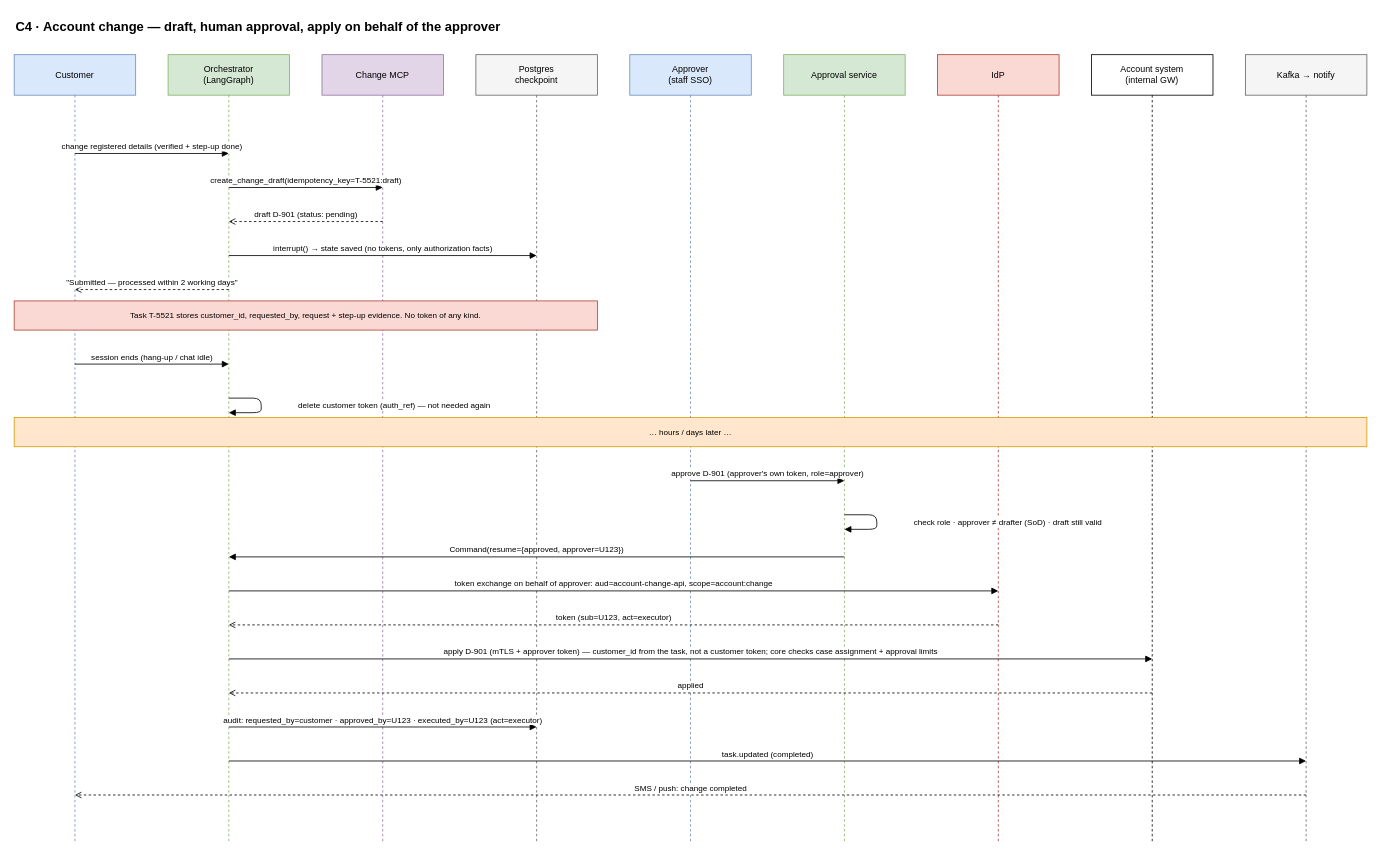
This is docs/diagrams/C4-approval-account-change.drawio from airplanecraft/customer-support-agent, a draw.io file, before an edit. Source tidied: cells renumbered, new cells numbered last; positions are measured from the earlier drawing's top-left corner, leaving out a move shared by most shapes. Both pictures are drawn from the tidied source at 81%, with x=0, y=0 at pixel (14, 14).
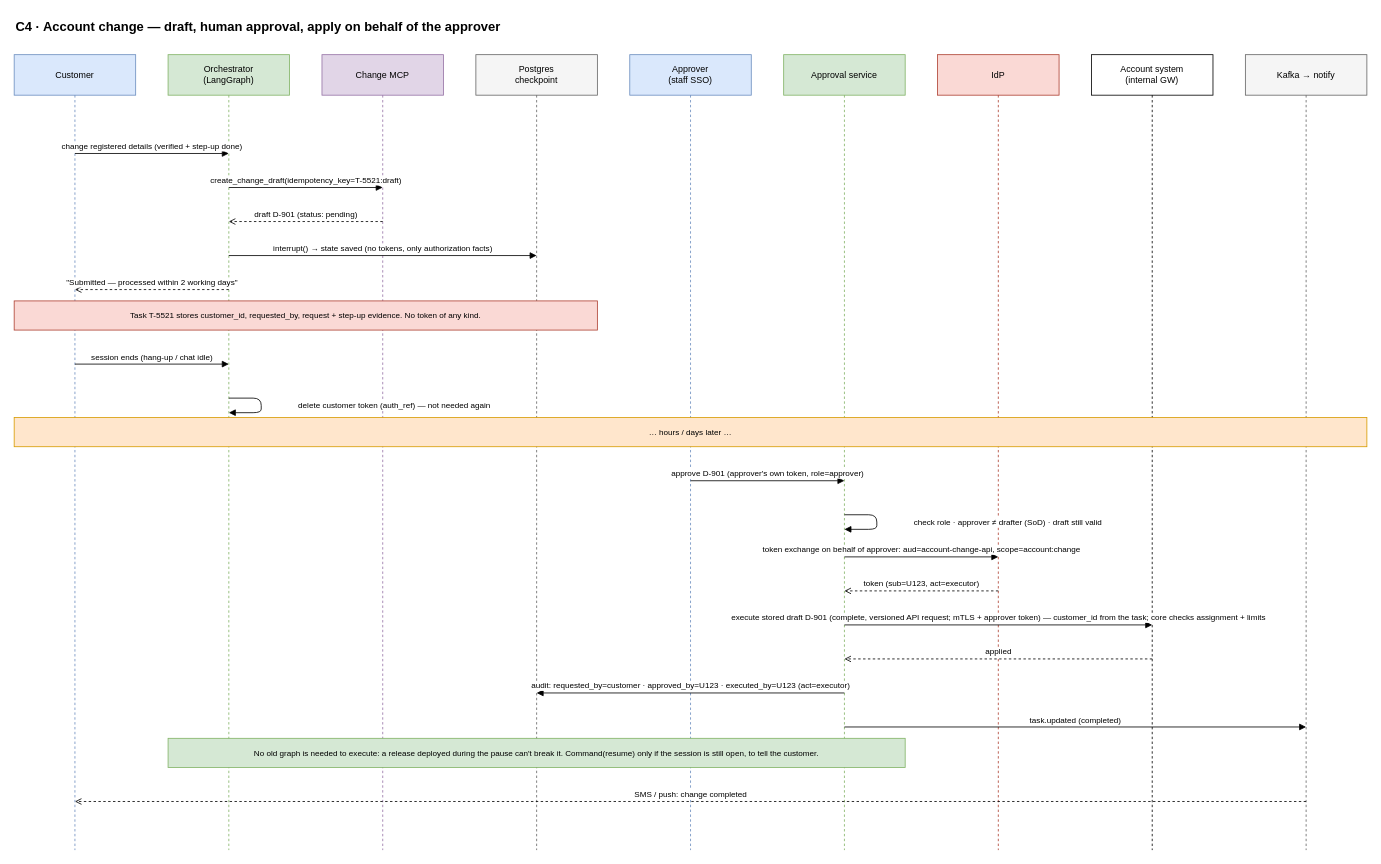
Above is the later version.

Change to the diagram source:
```diff
@@
     <mxCell id="2" value="Kafka → notify" style="shape=umlLifeline;perimeter=lifelinePerimeter;whiteSpace=wrap;html=1;size=50;fillColor=#f5f5f5;strokeColor=#666666;fontSize=11;" parent="1" vertex="1">
-      <mxGeometry x="1520" y="50" width="150" height="974" as="geometry" />
+      <mxGeometry x="1520" y="50" width="150" height="982" as="geometry" />
     </mxCell>
     <mxCell id="3" value="Account system&lt;br&gt;(internal GW)" style="shape=umlLifeline;perimeter=lifelinePerimeter;whiteSpace=wrap;html=1;size=50;fillColor=#ffffff;strokeColor=#000000;fontSize=11;" parent="1" vertex="1">
-      <mxGeometry x="1330" y="50" width="150" height="974" as="geometry" />
+      <mxGeometry x="1330" y="50" width="150" height="982" as="geometry" />
     </mxCell>
     <mxCell id="4" value="IdP" style="shape=umlLifeline;perimeter=lifelinePerimeter;whiteSpace=wrap;html=1;size=50;fillColor=#fad9d5;strokeColor=#ae4132;fontSize=11;" parent="1" vertex="1">
-      <mxGeometry x="1140" y="50" width="150" height="974" as="geometry" />
+      <mxGeometry x="1140" y="50" width="150" height="982" as="geometry" />
     </mxCell>
     <mxCell id="5" value="Approval service" style="shape=umlLifeline;perimeter=lifelinePerimeter;whiteSpace=wrap;html=1;size=50;fillColor=#d5e8d4;strokeColor=#82b366;fontSize=11;" parent="1" vertex="1">
-      <mxGeometry x="950" y="50" width="150" height="974" as="geometry" />
+      <mxGeometry x="950" y="50" width="150" height="982" as="geometry" />
     </mxCell>
     <mxCell id="6" value="Approver&lt;br&gt;(staff SSO)" style="shape=umlLifeline;perimeter=lifelinePerimeter;whiteSpace=wrap;html=1;size=50;fillColor=#dae8fc;strokeColor=#6c8ebf;fontSize=11;" parent="1" vertex="1">
-      <mxGeometry x="760" y="50" width="150" height="974" as="geometry" />
+      <mxGeometry x="760" y="50" width="150" height="982" as="geometry" />
     </mxCell>
     <mxCell id="7" value="Postgres&lt;br&gt;checkpoint" style="shape=umlLifeline;perimeter=lifelinePerimeter;whiteSpace=wrap;html=1;size=50;fillColor=#f5f5f5;strokeColor=#666666;fontSize=11;" parent="1" vertex="1">
-      <mxGeometry x="570" y="50" width="150" height="974" as="geometry" />
+      <mxGeometry x="570" y="50" width="150" height="982" as="geometry" />
     </mxCell>
     <mxCell id="8" value="Change MCP" style="shape=umlLifeline;perimeter=lifelinePerimeter;whiteSpace=wrap;html=1;size=50;fillColor=#e1d5e7;strokeColor=#9673a6;fontSize=11;" parent="1" vertex="1">
-      <mxGeometry x="380" y="50" width="150" height="974" as="geometry" />
+      <mxGeometry x="380" y="50" width="150" height="982" as="geometry" />
     </mxCell>
     <mxCell id="9" value="Orchestrator&lt;br&gt;(LangGraph)" style="shape=umlLifeline;perimeter=lifelinePerimeter;whiteSpace=wrap;html=1;size=50;fillColor=#d5e8d4;strokeColor=#82b366;fontSize=11;" parent="1" vertex="1">
-      <mxGeometry x="190" y="50" width="150" height="974" as="geometry" />
+      <mxGeometry x="190" y="50" width="150" height="982" as="geometry" />
     </mxCell>
     <mxCell id="10" value="Customer" style="shape=umlLifeline;perimeter=lifelinePerimeter;whiteSpace=wrap;html=1;size=50;fillColor=#dae8fc;strokeColor=#6c8ebf;fontSize=11;" parent="1" vertex="1">
-      <mxGeometry y="50" width="150" height="974" as="geometry" />
+      <mxGeometry y="50" width="150" height="982" as="geometry" />
     </mxCell>
@@
-    <mxCell id="23" value="Command(resume={approved, approver=U123})" style="html=1;verticalAlign=bottom;fontSize=10;labelBackgroundColor=#ffffff;endArrow=block;" parent="1" edge="1">
+    <mxCell id="23" value="token exchange on behalf of approver: aud=account-change-api, scope=account:change" style="html=1;verticalAlign=bottom;fontSize=10;labelBackgroundColor=#ffffff;endArrow=block;" parent="1" edge="1">
       <mxGeometry relative="1" as="geometry">
         <mxPoint x="1025" y="670" as="sourcePoint" />
-        <mxPoint x="265" y="670" as="targetPoint" />
+        <mxPoint x="1215" y="670" as="targetPoint" />
       </mxGeometry>
     </mxCell>
-    <mxCell id="24" value="token exchange on behalf of approver: aud=account-change-api, scope=account:change" style="html=1;verticalAlign=bottom;fontSize=10;labelBackgroundColor=#ffffff;endArrow=block;" parent="1" edge="1">
+    <mxCell id="24" value="token (sub=U123, act=executor)" style="html=1;verticalAlign=bottom;fontSize=10;labelBackgroundColor=#ffffff;endArrow=open;dashed=1;" parent="1" edge="1">
       <mxGeometry relative="1" as="geometry">
-        <mxPoint x="265" y="712" as="sourcePoint" />
-        <mxPoint x="1215" y="712" as="targetPoint" />
+        <mxPoint x="1215" y="712" as="sourcePoint" />
+        <mxPoint x="1025" y="712" as="targetPoint" />
       </mxGeometry>
     </mxCell>
-    <mxCell id="25" value="token (sub=U123, act=executor)" style="html=1;verticalAlign=bottom;fontSize=10;labelBackgroundColor=#ffffff;endArrow=open;dashed=1;" parent="1" edge="1">
+    <mxCell id="25" value="execute stored draft D-901 (complete, versioned API request; mTLS + approver token) — customer_id from the task; core checks assignment + limits" style="html=1;verticalAlign=bottom;fontSize=10;labelBackgroundColor=#ffffff;endArrow=block;" parent="1" edge="1">
       <mxGeometry relative="1" as="geometry">
-        <mxPoint x="1215" y="754" as="sourcePoint" />
-        <mxPoint x="265" y="754" as="targetPoint" />
+        <mxPoint x="1025" y="754" as="sourcePoint" />
+        <mxPoint x="1405" y="754" as="targetPoint" />
       </mxGeometry>
     </mxCell>
-    <mxCell id="26" value="apply D-901 (mTLS + approver token) — customer_id from the task, not a customer token; core checks case assignment + approval limits" style="html=1;verticalAlign=bottom;fontSize=10;labelBackgroundColor=#ffffff;endArrow=block;" parent="1" edge="1">
+    <mxCell id="26" value="applied" style="html=1;verticalAlign=bottom;fontSize=10;labelBackgroundColor=#ffffff;endArrow=open;dashed=1;" parent="1" edge="1">
       <mxGeometry relative="1" as="geometry">
-        <mxPoint x="265" y="796" as="sourcePoint" />
-        <mxPoint x="1405" y="796" as="targetPoint" />
+        <mxPoint x="1405" y="796" as="sourcePoint" />
+        <mxPoint x="1025" y="796" as="targetPoint" />
       </mxGeometry>
     </mxCell>
-    <mxCell id="27" value="applied" style="html=1;verticalAlign=bottom;fontSize=10;labelBackgroundColor=#ffffff;endArrow=open;dashed=1;" parent="1" edge="1">
+    <mxCell id="27" value="audit: requested_by=customer · approved_by=U123 · executed_by=U123 (act=executor)" style="html=1;verticalAlign=bottom;fontSize=10;labelBackgroundColor=#ffffff;endArrow=block;" parent="1" edge="1">
       <mxGeometry relative="1" as="geometry">
-        <mxPoint x="1405" y="838" as="sourcePoint" />
-        <mxPoint x="265" y="838" as="targetPoint" />
+        <mxPoint x="1025" y="838" as="sourcePoint" />
+        <mxPoint x="645" y="838" as="targetPoint" />
       </mxGeometry>
     </mxCell>
-    <mxCell id="28" value="audit: requested_by=customer · approved_by=U123 · executed_by=U123 (act=executor)" style="html=1;verticalAlign=bottom;fontSize=10;labelBackgroundColor=#ffffff;endArrow=block;" parent="1" edge="1">
+    <mxCell id="28" value="task.updated (completed)" style="html=1;verticalAlign=bottom;fontSize=10;labelBackgroundColor=#ffffff;endArrow=block;" parent="1" edge="1">
       <mxGeometry relative="1" as="geometry">
-        <mxPoint x="265" y="880" as="sourcePoint" />
-        <mxPoint x="645" y="880" as="targetPoint" />
+        <mxPoint x="1025" y="880" as="sourcePoint" />
+        <mxPoint x="1595" y="880" as="targetPoint" />
       </mxGeometry>
     </mxCell>
-    <mxCell id="29" value="task.updated (completed)" style="html=1;verticalAlign=bottom;fontSize=10;labelBackgroundColor=#ffffff;endArrow=block;" parent="1" edge="1">
-      <mxGeometry relative="1" as="geometry">
-        <mxPoint x="265" y="922" as="sourcePoint" />
-        <mxPoint x="1595" y="922" as="targetPoint" />
-      </mxGeometry>
+    <mxCell id="29" value="No old graph is needed to execute: a release deployed during the pause can't break it. Command(resume) only if the session is still open, to tell the customer." style="rounded=0;whiteSpace=wrap;html=1;fillColor=#d5e8d4;strokeColor=#82b366;fontSize=12;fontSize=10;align=center;" parent="1" vertex="1">
+      <mxGeometry x="190" y="894" width="910" height="36" as="geometry" />
     </mxCell>
     <mxCell id="30" value="SMS / push: change completed" style="html=1;verticalAlign=bottom;fontSize=10;labelBackgroundColor=#ffffff;endArrow=open;dashed=1;" parent="1" edge="1">
       <mxGeometry relative="1" as="geometry">
-        <mxPoint x="1595" y="964" as="sourcePoint" />
-        <mxPoint x="75" y="964" as="targetPoint" />
+        <mxPoint x="1595" y="972" as="sourcePoint" />
+        <mxPoint x="75" y="972" as="targetPoint" />
       </mxGeometry>
     </mxCell>
```
